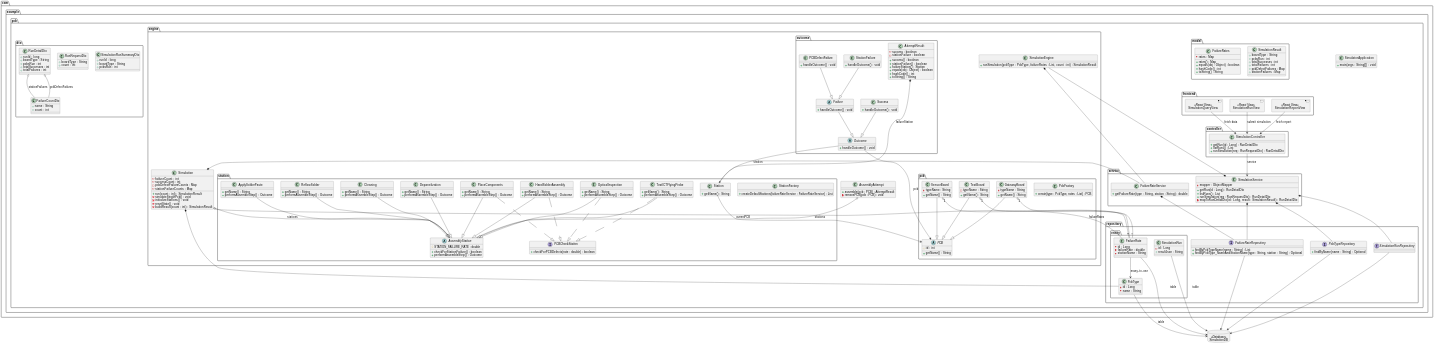
This is docs/class-diagram.svg from mbasagoitia/pcb-simulator, a PlantUML export, as it was before one commit. Source of this version:
```plantuml
@startuml
allowmixing
top to bottom direction
scale 1024 width

package "com.example.pcb" {
  class SimulatorApplication {
    +main(args : String[]) : void
  }
}

package "com.example.pcb.controller" {
  class SimulationController {
    +getRun(id : Long) : RunDetailDto
    +listRuns() : List
    +runSimulation(req : RunRequestDto) : RunDetailDto
  }
}

package "com.example.pcb.frontend" {
  component SimulationQueryView <<React View>>
  component SimulationRunView <<React View>>
  component SimulationReportView <<React View>>
}

package "com.example.pcb.dto" {

  class FailureCountDto {
    +name : String
    +count : int
  }

  class RunDetailDto {
    +runId : long
    +boardType : String
    +pcbsRun : int
    +totalSuccesses : int
    +totalFailures : int
  }

  class RunRequestDto {
    +boardType : String
    +count : int
  }

  class SimulationRunSummaryDto {
    +runId : long
    +boardType : String
    +pcbsRun : int
  }
}

package "com.example.pcb.engine" {

  class Simulation {
    -failureCount : int
    -successCount : int
    -pcbDefectFailureCounts : Map
    -stationFailureCounts : Map

    +run(count : int) : SimulationResult
    -simulateSinglePcb() : void
    -initializeStations() : void
    -resetState() : void
    -buildResult(count : int) : SimulationResult
  }

  class SimulationEngine {
    +runSimulation(pcbType : PcbType, failureRates : List, count : int) : SimulationResult
  }

  class AssemblyAttempt {
    +assemble(pcb : PCB) : AttemptResult
    -removePCB(pcb : PCB) : void
  }
}

package "com.example.pcb.engine.outcome" {

  abstract class Outcome {
    +handleOutcome() : void
  }

  abstract class Failure {
    +handleOutcome() : void
  }

  class AttemptResult {
    -success : boolean
    -stationFailure : boolean

    +success() : boolean
    +stationFailure() : boolean
    +failureStation() : Station
    +equals(obj : Object) : boolean
    +hashCode() : int
    +toString() : String
  }

  class PCBDefectFailure {
    +handleOutcome() : void
  }

  class StationFailure {
    +handleOutcome() : void
  }

  class Success {
    +handleOutcome() : void
  }
}

package "com.example.pcb.engine.pcb" {

  abstract class PCB {
    #id : int
    +getName() : String
  }

  class GatewayBoard {
    -typeName : String
    +getName() : String
  }

  class SensorBoard {
    -typeName : String
    +getName() : String
  }

  class TestBoard {
    -typeName : String
    +getName() : String
  }

  class PcbFactory {
    +create(type : PcbType, rates : List) : PCB
  }
}

package "com.example.pcb.engine.station" {

  class Station {
    +getName() : String
  }

  abstract class AssemblyStation {
    #STATION_FAILURE_RATE : double

    +checkForStationFailure() : boolean
    +performAssembleStep() : Outcome
  }

  interface PCBCheckStation {
    +checkForPCBDefects(rate : double) : boolean
  }

  class ApplySolderPaste {
    +getName() : String
    +performAssembleStep() : Outcome
  }

  class Cleaning {
    +getName() : String
    +performAssembleStep() : Outcome
  }

  class Depanelization {
    +getName() : String
    +performAssembleStep() : Outcome
  }

  class HandSolderAssembly {
    +getName() : String
    +performAssembleStep() : Outcome
  }

  class OpticalInspection {
    +getName() : String
    +performAssembleStep() : Outcome
  }

  class PlaceComponents {
    +getName() : String
    +performAssembleStep() : Outcome
  }

  class ReflowSolder {
    +getName() : String
    +performAssembleStep() : Outcome
  }

  class TestICTFlyingProbe {
    +getName() : String
    +performAssembleStep() : Outcome
  }

  class StationFactory {
    +createDefaultStations(failureRateService : FailureRateService) : List
  }
}

package "com.example.pcb.model" {
  class FailureRates {
    -rates : Map
    +rates() : Map
    +equals(obj : Object) : boolean
    +hashCode() : int
    +toString() : String
  }

  class SimulationResult {
	+boardType : String
	+pcbsRun : int
	+totalSuccesses : int
	+totalFailures : int
	+pcbDefectFailures : Map
	+stationFailures : Map
  }

}

package "com.example.pcb.repository" {

  interface FailureRateRepository {
    +findByPcbTypeName(name : String) : List
    +findByPcbType_NameAndStationName(type : String, station : String) : Optional
  }

  interface PcbTypeRepository {
    +findByName(name : String) : Optional
  }

  interface SimulationRunRepository { }
}

package "com.example.pcb.repository.entity" {

  class PcbType {
    -id : Long
    -name : String
  }

  class FailureRate {
    -id : Long
    -failureRate : double
    -stationName : String
  }

  class SimulationRun {
    -id : Long
    +resultJson : String
  }
}

package "com.example.pcb.service" {

  class FailureRateService {
    +getFailureRate(type : String, station : String) : double
  }

  class SimulationService {
    -mapper : ObjectMapper

    +getRun(id : Long) : RunDetailDto
    +listRuns() : List
    +runSimulation(req : RunRequestDto) : RunDetailDto
    -mapToRunDetailDto(id : Long, result : SimulationResult) : RunDetailDto
  }
}

SimulationController --> SimulationService : service

RunDetailDto o-- FailureCountDto : pcbDefectFailures
RunDetailDto o-- FailureCountDto : stationFailures

AssemblyAttempt o-- AssemblyStation : stations
Simulation o-- AssemblyStation : stations
Simulation o-- FailureRate : failureRates
Simulation *-- PcbType
Simulation *-- FailureRateService
SimulationEngine *-- FailureRateService

AttemptResult *-- Station : failureStation

Failure --|> Outcome
Outcome --> PCB : pcb
Outcome --> Station : station

PCBDefectFailure --|> Failure
StationFailure --|> Failure
Success --|> Outcome

GatewayBoard "1" o-- "*" FailureRate
GatewayBoard --|> PCB
SensorBoard "1" o-- "*" FailureRate
SensorBoard --|> PCB
TestBoard "1" o-- "*" FailureRate
TestBoard --|> PCB

ApplySolderPaste --|> AssemblyStation
Cleaning --|> AssemblyStation
Depanelization --|> AssemblyStation
HandSolderAssembly --|> AssemblyStation
HandSolderAssembly ..|> PCBCheckStation
OpticalInspection --|> AssemblyStation
OpticalInspection ..|> PCBCheckStation
PlaceComponents --|> AssemblyStation
PlaceComponents ..|> PCBCheckStation
ReflowSolder --|> AssemblyStation
TestICTFlyingProbe --|> AssemblyStation
TestICTFlyingProbe ..|> PCBCheckStation

Station --> PCB : currentPCB

FailureRate --> PcbType : many-to-one

FailureRateService *-- FailureRateRepository
SimulationService *-- SimulationEngine
SimulationService *-- FailureRateRepository
SimulationService *-- PcbTypeRepository
SimulationService *-- SimulationRunRepository

SimulationQueryView --> SimulationController : fetch data
SimulationRunView --> SimulationController : submit simulation
SimulationReportView --> SimulationController : fetch report

database "SimulationDB" <<Database>>

FailureRateRepository --> SimulationDB
PcbTypeRepository --> SimulationDB
SimulationRunRepository --> SimulationDB

PcbType --> SimulationDB : table
FailureRate --> SimulationDB : table
SimulationRun --> SimulationDB : table
@enduml
```
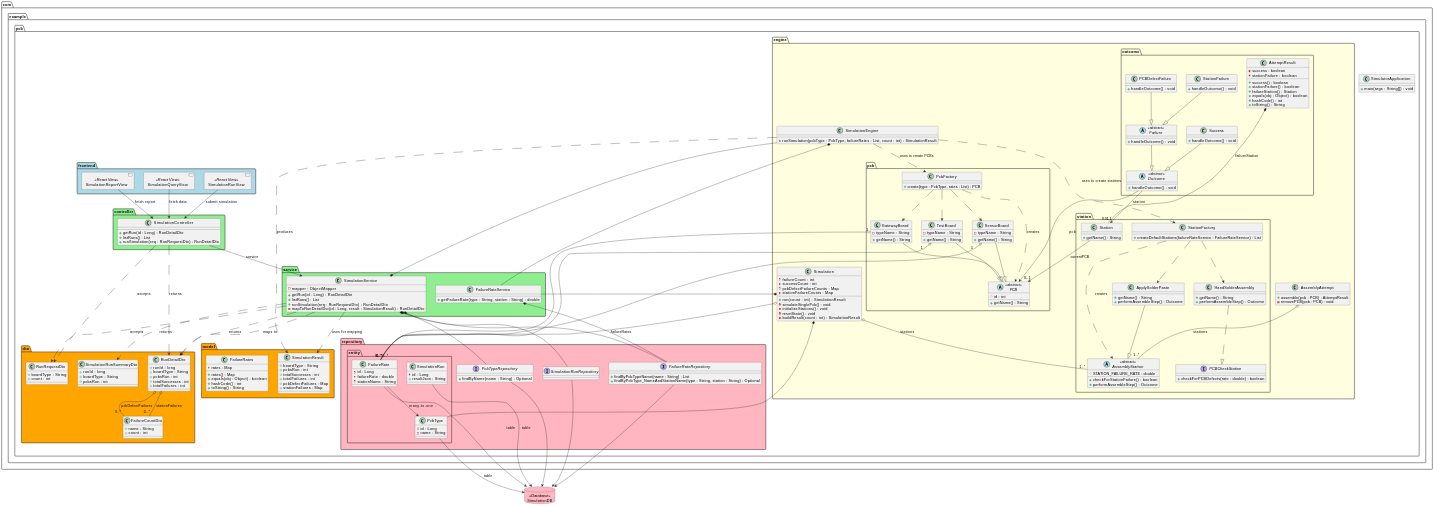
Later version of the same file.

Commit message:
feat: modified UML class diagram

What changed in the source:
```diff
@@ -9,7 +9,7 @@
   }
 }
 
-package "com.example.pcb.controller" {
+package "com.example.pcb.controller" #LightGreen {
   class SimulationController {
     +getRun(id : Long) : RunDetailDto
     +listRuns() : List
@@ -17,13 +17,13 @@
   }
 }
 
-package "com.example.pcb.frontend" {
+package "com.example.pcb.frontend" #LightBlue {
   component SimulationQueryView <<React View>>
   component SimulationRunView <<React View>>
   component SimulationReportView <<React View>>
 }
 
-package "com.example.pcb.dto" {
+package "com.example.pcb.dto" #Orange {
 
   class FailureCountDto {
     +name : String
@@ -50,7 +50,7 @@
   }
 }
 
-package "com.example.pcb.engine" {
+package "com.example.pcb.engine" #LightYellow {
 
   class Simulation {
     -failureCount : int
@@ -75,13 +75,13 @@
   }
 }
 
-package "com.example.pcb.engine.outcome" {
+package "com.example.pcb.engine.outcome" #LightYellow {
 
-  abstract class Outcome {
+  abstract class Outcome <<abstract>> {
     +handleOutcome() : void
   }
 
-  abstract class Failure {
+  abstract class Failure <<abstract>> {
     +handleOutcome() : void
   }
 
@@ -110,9 +110,9 @@
   }
 }
 
-package "com.example.pcb.engine.pcb" {
+package "com.example.pcb.engine.pcb" #LightYellow {
 
-  abstract class PCB {
+  abstract class PCB <<abstract>> {
     #id : int
     +getName() : String
   }
@@ -137,13 +137,13 @@
   }
 }
 
-package "com.example.pcb.engine.station" {
+package "com.example.pcb.engine.station" #LightYellow {
 
   class Station {
     +getName() : String
   }
 
-  abstract class AssemblyStation {
+  abstract class AssemblyStation <<abstract>> {
     #STATION_FAILURE_RATE : double
 
     +checkForStationFailure() : boolean
@@ -159,37 +159,7 @@
     +performAssembleStep() : Outcome
   }
 
-  class Cleaning {
-    +getName() : String
-    +performAssembleStep() : Outcome
-  }
-
-  class Depanelization {
-    +getName() : String
-    +performAssembleStep() : Outcome
-  }
-
   class HandSolderAssembly {
-    +getName() : String
-    +performAssembleStep() : Outcome
-  }
-
-  class OpticalInspection {
-    +getName() : String
-    +performAssembleStep() : Outcome
-  }
-
-  class PlaceComponents {
-    +getName() : String
-    +performAssembleStep() : Outcome
-  }
-
-  class ReflowSolder {
-    +getName() : String
-    +performAssembleStep() : Outcome
-  }
-
-  class TestICTFlyingProbe {
     +getName() : String
     +performAssembleStep() : Outcome
   }
@@ -199,7 +169,7 @@
   }
 }
 
-package "com.example.pcb.model" {
+package "com.example.pcb.model" #Orange {
   class FailureRates {
     -rates : Map
     +rates() : Map
@@ -219,7 +189,7 @@
 
 }
 
-package "com.example.pcb.repository" {
+package "com.example.pcb.repository" #LightPink {
 
   interface FailureRateRepository {
     +findByPcbTypeName(name : String) : List
@@ -233,7 +203,7 @@
   interface SimulationRunRepository { }
 }
 
-package "com.example.pcb.repository.entity" {
+package "com.example.pcb.repository.entity" #LightPink {
 
   class PcbType {
     -id : Long
@@ -252,7 +222,7 @@
   }
 }
 
-package "com.example.pcb.service" {
+package "com.example.pcb.service" #LightGreen {
 
   class FailureRateService {
     +getFailureRate(type : String, station : String) : double
@@ -270,47 +240,44 @@
 
 SimulationController --> SimulationService : service
 
-RunDetailDto o-- FailureCountDto : pcbDefectFailures
-RunDetailDto o-- FailureCountDto : stationFailures
+SimulationController ..> RunRequestDto : accepts
+SimulationController ..> RunDetailDto : returns
 
-AssemblyAttempt o-- AssemblyStation : stations
-Simulation o-- AssemblyStation : stations
-Simulation o-- FailureRate : failureRates
+SimulationService ..> RunRequestDto : accepts
+SimulationService ..> RunDetailDto : returns
+SimulationService ..> SimulationRunSummaryDto : returns
+
+RunDetailDto o-- "0..*" FailureCountDto : pcbDefectFailures
+RunDetailDto o-- "0..*" FailureCountDto : stationFailures
+
+AssemblyAttempt o-- "1..*" AssemblyStation : stations
+Simulation o-- "1..*" AssemblyStation : stations
+Simulation o-- "0..*" FailureRate : failureRates
 Simulation *-- PcbType
 Simulation *-- FailureRateService
 SimulationEngine *-- FailureRateService
 
-AttemptResult *-- Station : failureStation
+AttemptResult *-- "0..1" Station : failureStation
 
 Failure --|> Outcome
 Outcome --> PCB : pcb
-Outcome --> Station : station
+Outcome --> "0..1" Station : station
 
 PCBDefectFailure --|> Failure
 StationFailure --|> Failure
 Success --|> Outcome
 
-GatewayBoard "1" o-- "*" FailureRate
+GatewayBoard "1" o-- "0..*" FailureRate
 GatewayBoard --|> PCB
-SensorBoard "1" o-- "*" FailureRate
+SensorBoard "1" o-- "0..*" FailureRate
 SensorBoard --|> PCB
-TestBoard "1" o-- "*" FailureRate
+TestBoard "1" o-- "0..*" FailureRate
 TestBoard --|> PCB
 
 ApplySolderPaste --|> AssemblyStation
-Cleaning --|> AssemblyStation
-Depanelization --|> AssemblyStation
-HandSolderAssembly --|> AssemblyStation
 HandSolderAssembly ..|> PCBCheckStation
-OpticalInspection --|> AssemblyStation
-OpticalInspection ..|> PCBCheckStation
-PlaceComponents --|> AssemblyStation
-PlaceComponents ..|> PCBCheckStation
-ReflowSolder --|> AssemblyStation
-TestICTFlyingProbe --|> AssemblyStation
-TestICTFlyingProbe ..|> PCBCheckStation
 
-Station --> PCB : currentPCB
+Station --> "0..1" PCB : currentPCB
 
 FailureRate --> PcbType : many-to-one
 
@@ -324,7 +291,7 @@
 SimulationRunView --> SimulationController : submit simulation
 SimulationReportView --> SimulationController : fetch report
 
-database "SimulationDB" <<Database>>
+database "SimulationDB" <<Database>> #LightPink
 
 FailureRateRepository --> SimulationDB
 PcbTypeRepository --> SimulationDB
@@ -333,4 +300,19 @@
 PcbType --> SimulationDB : table
 FailureRate --> SimulationDB : table
 SimulationRun --> SimulationDB : table
+
+SimulationEngine ..> SimulationResult : produces
+SimulationService ..> SimulationResult : uses for mapping
+SimulationService ..> RunDetailDto : maps to
+
+SimulationEngine ..> "com.example.pcb.engine.pcb.PcbFactory" : uses to create PCBs
+"com.example.pcb.engine.pcb.PcbFactory" ..> PCB : creates
+"com.example.pcb.engine.pcb.PcbFactory" ..> GatewayBoard
+"com.example.pcb.engine.pcb.PcbFactory" ..> SensorBoard
+"com.example.pcb.engine.pcb.PcbFactory" ..> TestBoard
+
+SimulationEngine ..> "com.example.pcb.engine.station.StationFactory" : uses to create stations
+"com.example.pcb.engine.station.StationFactory" ..> AssemblyStation : creates
+"com.example.pcb.engine.station.StationFactory" ..> ApplySolderPaste
+"com.example.pcb.engine.station.StationFactory" ..> HandSolderAssembly
 @enduml
```
